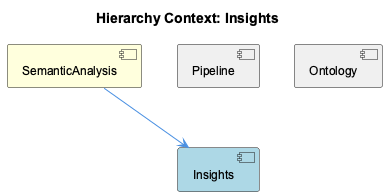
The PlantUML diagram knowledge-management/insights/images/insights-relationship.png in fwornle/coding, before a commit.
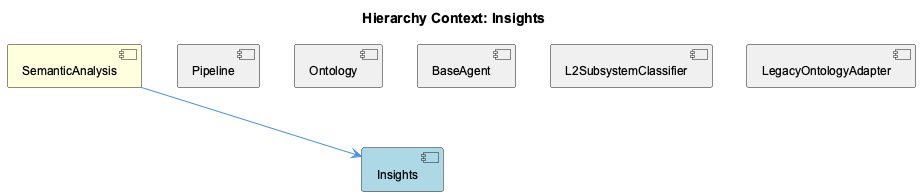
Later version of the same file.

Change to the diagram source:
```diff
@@ -7,9 +7,15 @@
 [Insights] as insights #LightBlue
 [Pipeline] as pipeline #F0F0F0
 [Ontology] as ontology #F0F0F0
+[BaseAgent] as base_agent #F0F0F0
+[L2SubsystemClassifier] as l2_subsystem_classifier #F0F0F0
+[LegacyOntologyAdapter] as legacy_ontology_adapter #F0F0F0
 
 semantic_analysis --> insights
 pipeline -[hidden]- insights
 ontology -[hidden]- insights
+base_agent -[hidden]- insights
+l2_subsystem_classifier -[hidden]- insights
+legacy_ontology_adapter -[hidden]- insights
 
 @enduml
```
